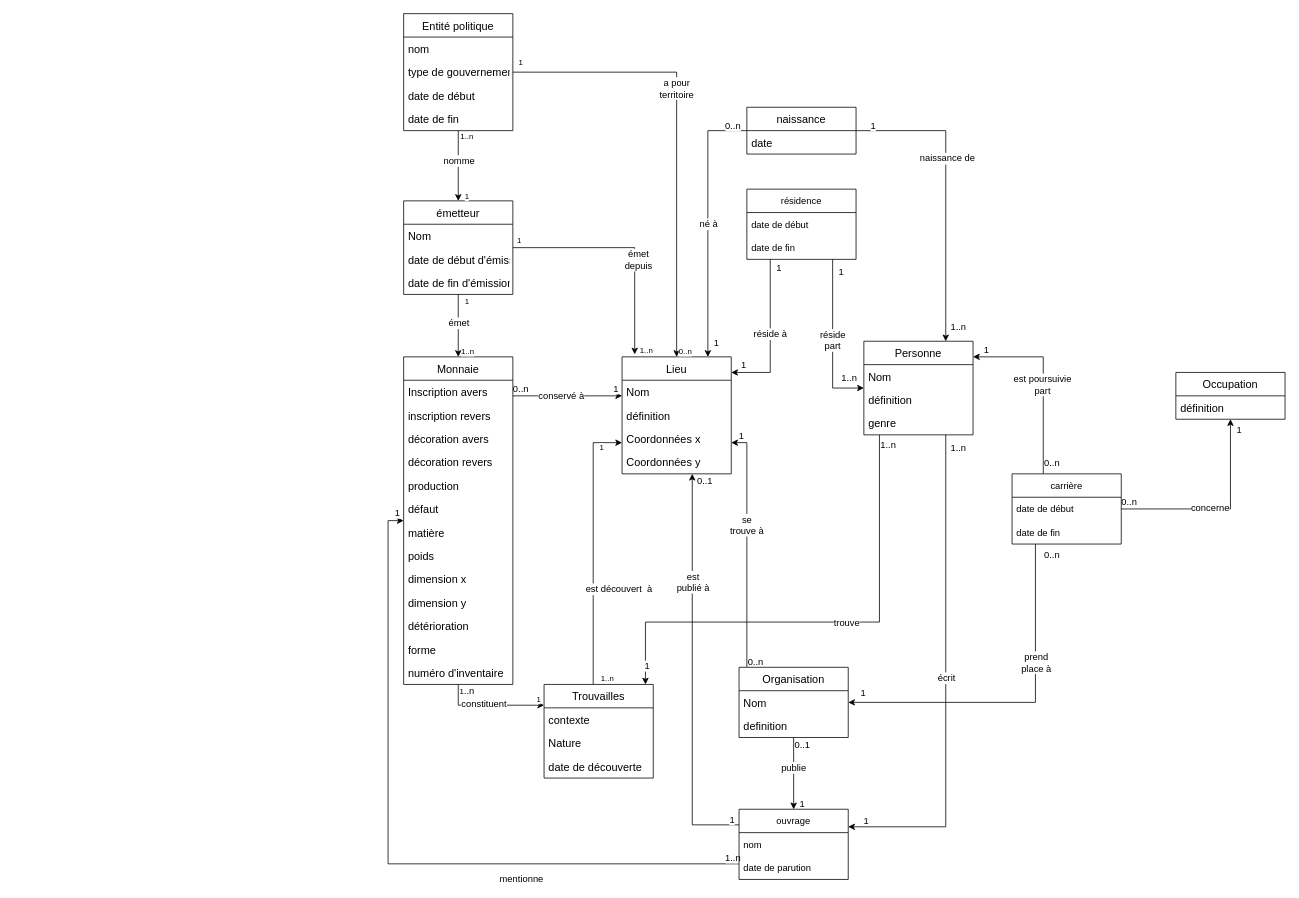
Before: Diagramme_conceptuel_monnaie.drawio in Ardwark/UNINE_Humanite_Numerique, a draw.io diagram. Source tidied: cells renumbered, new cells numbered last; positions are measured from the earlier drawing's top-left corner, leaving out a move shared by most shapes. Both pictures are drawn from the tidied source at 78%, with x=0, y=0 at pixel (388, 13).
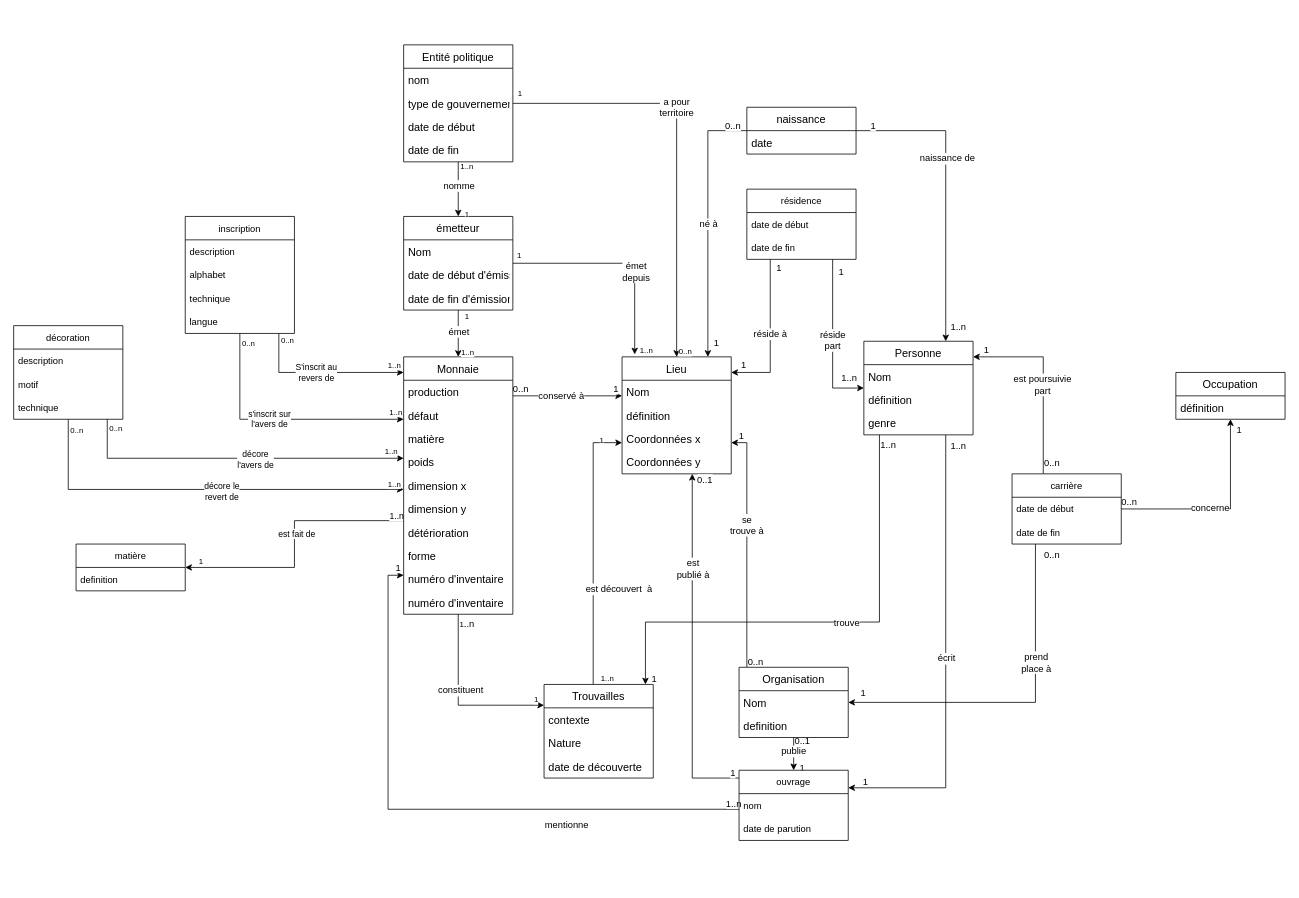
After the change.

Commit message:
Mettre à jour Diagramme_conceptuel_monnaie.drawio

The change refers to these unchanged cells:
```xml
<mxCell id="2" style="edgeStyle=orthogonalEdgeStyle;rounded=0;jettySize=auto;html=1;fontSize=10;" parent="1" edge="1" source="6" target="10">
  <mxGeometry relative="1" as="geometry">
    <Array as="points">
      <mxPoint x="263" y="550" />
    </Array>
  </mxGeometry>
</mxCell>
<mxCell id="10" value="Lieu" style="swimlane;fontStyle=0;horizontal=1;startSize=30;fontSize=14;" parent="1" vertex="1">
  <mxGeometry x="300" y="440" width="140" height="150" as="geometry" />
</mxCell>
<mxCell id="15" style="edgeStyle=orthogonalEdgeStyle;rounded=0;jettySize=auto;html=1;fontSize=10;" parent="1" edge="1" source="23" target="6">
  <mxGeometry relative="1" as="geometry">
    <Array as="points">
      <mxPoint x="630" y="780" />
      <mxPoint x="330" y="780" />
    </Array>
  </mxGeometry>
</mxCell>
<mxCell id="29" style="edgeStyle=orthogonalEdgeStyle;rounded=0;jettySize=auto;html=1;fontSize=12;exitX=0.5;exitY=1;exitDx=0;exitDy=0;entryX=0;entryY=0.222;entryDx=0;entryDy=0;entryPerimeter=0;" parent="1" edge="1" source="37" target="6">
  <mxGeometry relative="1" as="geometry">
    <Array as="points">
      <mxPoint x="90" y="887" />
    </Array>
  </mxGeometry>
</mxCell>
```

The edit, as a diff of the source:
```diff
@@
-    <mxCell id="3" value="1" style="edgeLabel;html=1;align=center;verticalAlign=middle;fontSize=10;" parent="2" vertex="1">
+    <mxCell id="3" value="1" style="edgeLabel;html=1;align=center;verticalAlign=bottom;fontSize=10;" parent="2" vertex="1">
       <mxGeometry x="0.72" y="-2" relative="1" as="geometry">
         <mxPoint x="8" y="-7" as="offset" />
       </mxGeometry>
     </mxCell>
@@
     <mxCell id="18" value="1" style="edgeLabel;html=1;align=center;verticalAlign=bottom;fontSize=12;" parent="15" vertex="1">
-      <mxGeometry x="0.95" y="1" relative="1" as="geometry" />
+      <mxGeometry x="0.95" y="1" relative="1" as="geometry">
+        <mxPoint x="9" y="16" as="offset" />
+      </mxGeometry>
     </mxCell>
@@
     <mxCell id="30" value="constituent" style="edgeLabel;html=1;align=center;verticalAlign=middle;fontSize=12;" parent="29" vertex="1">
-      <mxGeometry x="-0.13" y="2" relative="1" as="geometry" />
+      <mxGeometry x="-0.13" y="2" relative="1" as="geometry">
+        <mxPoint y="-2" as="offset" />
+      </mxGeometry>
     </mxCell>
@@
+    <mxCell id="134" style="edgeStyle=orthogonalEdgeStyle;rounded=0;jettySize=auto;html=1;" parent="1" edge="1" source="37" target="164">
+      <mxGeometry relative="1" as="geometry">
+        <Array as="points">
+          <mxPoint x="-120" y="650" />
+          <mxPoint x="-120" y="710" />
+        </Array>
+      </mxGeometry>
+    </mxCell>
+    <mxCell id="135" value="est fait de" style="edgeLabel;html=1;align=center;verticalAlign=middle;" parent="134" vertex="1">
+      <mxGeometry x="-0.08" y="2" relative="1" as="geometry" />
+    </mxCell>
+    <mxCell id="136" value="1..n" style="edgeLabel;html=1;align=center;verticalAlign=bottom;" parent="134" vertex="1">
+      <mxGeometry x="-0.94" y="2" relative="1" as="geometry" />
+    </mxCell>
+    <mxCell id="137" value="1" style="edgeLabel;html=1;align=center;verticalAlign=bottom;fontSize=10;" parent="134" vertex="1">
+      <mxGeometry x="0.89" relative="1" as="geometry" />
+    </mxCell>
     <mxCell id="37" value="Monnaie" style="swimlane;fontStyle=0;horizontal=1;startSize=30;fontSize=14;" parent="1" vertex="1">
-      <mxGeometry x="20" y="440" width="140" height="420" as="geometry" />
+      <mxGeometry x="20" y="440" width="140" height="330" as="geometry" />
     </mxCell>
-    <mxCell id="38" value="Inscription avers" style="text;strokeColor=none;fillColor=none;align=left;verticalAlign=middle;spacingLeft=4;spacingRight=4;overflow=hidden;fontSize=14;" parent="37" vertex="1">
-      <mxGeometry y="30" width="140" height="30" as="geometry" />
-    </mxCell>
-    <mxCell id="39" value="inscription revers" style="text;strokeColor=none;fillColor=none;align=left;verticalAlign=middle;spacingLeft=4;spacingRight=4;overflow=hidden;fontSize=14;" parent="37" vertex="1">
-      <mxGeometry y="60" width="140" height="30" as="geometry" />
-    </mxCell>
-    <mxCell id="40" value="décoration avers" style="text;strokeColor=none;fillColor=none;align=left;verticalAlign=middle;spacingLeft=4;spacingRight=4;overflow=hidden;fontSize=14;" parent="37" vertex="1">
-      <mxGeometry y="90" width="140" height="30" as="geometry" />
-    </mxCell>
-    <mxCell id="41" value="décoration revers" style="text;strokeColor=none;fillColor=none;align=left;verticalAlign=middle;spacingLeft=4;spacingRight=4;overflow=hidden;fontSize=14;" parent="37" vertex="1">
-      <mxGeometry y="120" width="140" height="30" as="geometry" />
-    </mxCell>
     <mxCell id="42" value="production" style="text;strokeColor=none;fillColor=none;align=left;verticalAlign=middle;spacingLeft=4;spacingRight=4;overflow=hidden;fontSize=14;" parent="37" vertex="1">
-      <mxGeometry y="150" width="140" height="30" as="geometry" />
+      <mxGeometry y="30" width="140" height="30" as="geometry" />
     </mxCell>
     <mxCell id="43" value="défaut" style="text;strokeColor=none;fillColor=none;align=left;verticalAlign=middle;spacingLeft=4;spacingRight=4;overflow=hidden;fontSize=14;" parent="37" vertex="1">
-      <mxGeometry y="180" width="140" height="30" as="geometry" />
+      <mxGeometry y="60" width="140" height="30" as="geometry" />
     </mxCell>
     <mxCell id="44" value="matière" style="text;strokeColor=none;fillColor=none;align=left;verticalAlign=middle;spacingLeft=4;spacingRight=4;overflow=hidden;fontSize=14;" parent="37" vertex="1">
-      <mxGeometry y="210" width="140" height="30" as="geometry" />
+      <mxGeometry y="90" width="140" height="30" as="geometry" />
     </mxCell>
     <mxCell id="45" value="poids" style="text;strokeColor=none;fillColor=none;align=left;verticalAlign=middle;spacingLeft=4;spacingRight=4;overflow=hidden;fontSize=14;" parent="37" vertex="1">
-      <mxGeometry y="240" width="140" height="30" as="geometry" />
+      <mxGeometry y="120" width="140" height="30" as="geometry" />
     </mxCell>
     <mxCell id="46" value="dimension x" style="text;strokeColor=none;fillColor=none;align=left;verticalAlign=middle;spacingLeft=4;spacingRight=4;overflow=hidden;fontSize=14;" parent="37" vertex="1">
-      <mxGeometry y="270" width="140" height="30" as="geometry" />
+      <mxGeometry y="150" width="140" height="30" as="geometry" />
     </mxCell>
     <mxCell id="47" value="dimension y" style="text;strokeColor=none;fillColor=none;align=left;verticalAlign=middle;spacingLeft=4;spacingRight=4;overflow=hidden;fontSize=14;" parent="37" vertex="1">
-      <mxGeometry y="300" width="140" height="30" as="geometry" />
+      <mxGeometry y="180" width="140" height="30" as="geometry" />
     </mxCell>
     <mxCell id="48" value="détérioration" style="text;strokeColor=none;fillColor=none;align=left;verticalAlign=middle;spacingLeft=4;spacingRight=4;overflow=hidden;fontSize=14;" parent="37" vertex="1">
-      <mxGeometry y="330" width="140" height="30" as="geometry" />
+      <mxGeometry y="210" width="140" height="30" as="geometry" />
     </mxCell>
     <mxCell id="49" value="forme" style="text;strokeColor=none;fillColor=none;align=left;verticalAlign=middle;spacingLeft=4;spacingRight=4;overflow=hidden;fontSize=14;" parent="37" vertex="1">
-      <mxGeometry y="360" width="140" height="30" as="geometry" />
+      <mxGeometry y="240" width="140" height="30" as="geometry" />
     </mxCell>
+    <mxCell id="138" value="numéro d'inventaire" style="text;strokeColor=none;fillColor=none;align=left;verticalAlign=middle;spacingLeft=4;spacingRight=4;overflow=hidden;fontSize=14;" parent="37" vertex="1">
+      <mxGeometry y="270" width="140" height="30" as="geometry" />
+    </mxCell>
     <mxCell id="50" value="numéro d'inventaire" style="text;strokeColor=none;fillColor=none;align=left;verticalAlign=middle;spacingLeft=4;spacingRight=4;overflow=hidden;fontSize=14;" parent="37" vertex="1">
-      <mxGeometry y="390" width="140" height="30" as="geometry" />
+      <mxGeometry y="300" width="140" height="30" as="geometry" />
     </mxCell>
@@
     <mxCell id="59" value="émetteur" style="swimlane;fontStyle=0;horizontal=1;startSize=30;fontSize=14;html=0;" parent="1" vertex="1">
-      <mxGeometry x="20" y="240" width="140" height="120" as="geometry" />
+      <mxGeometry x="20" y="260" width="140" height="120" as="geometry" />
     </mxCell>
@@
     <mxCell id="71" value="Entité politique" style="swimlane;fontStyle=0;horizontal=1;startSize=30;fontSize=14;html=0;" parent="1" vertex="1">
-      <mxGeometry x="20" width="140" height="150" as="geometry" />
+      <mxGeometry x="20" y="40" width="140" height="150" as="geometry" />
     </mxCell>
@@
-    <mxCell id="97" style="edgeStyle=orthogonalEdgeStyle;rounded=0;jettySize=auto;html=1;fontSize=12;entryX=0;entryY=0.5;entryDx=0;entryDy=0;" parent="1" edge="1" source="105" target="37">
+    <mxCell id="97" style="edgeStyle=orthogonalEdgeStyle;rounded=0;jettySize=auto;html=1;fontSize=12;" parent="1" edge="1" source="105">
       <mxGeometry relative="1" as="geometry">
+        <mxPoint x="20" y="720" as="targetPoint" />
         <Array as="points">
-          <mxPoint y="1090" />
-          <mxPoint y="650" />
+          <mxPoint y="1020" />
+          <mxPoint y="720" />
         </Array>
       </mxGeometry>
     </mxCell>
@@
     <mxCell id="101" style="edgeStyle=orthogonalEdgeStyle;rounded=0;jettySize=auto;html=1;fontSize=12;" parent="1" edge="1" source="105" target="10">
       <mxGeometry relative="1" as="geometry">
         <Array as="points">
-          <mxPoint x="390" y="1040" />
+          <mxPoint x="390" y="980" />
         </Array>
       </mxGeometry>
     </mxCell>
@@
     <mxCell id="105" value="ouvrage" style="swimlane;fontStyle=0;horizontal=1;startSize=30;labelBackgroundColor=default;fontSize=12;html=0;" parent="1" vertex="1">
-      <mxGeometry x="450" y="1020" width="140" height="90" as="geometry" />
+      <mxGeometry x="450" y="970" width="140" height="90" as="geometry" />
     </mxCell>
@@
+    <mxCell id="139" style="edgeStyle=orthogonalEdgeStyle;rounded=0;jettySize=auto;html=1;" parent="1" edge="1" source="147" target="37">
+      <mxGeometry relative="1" as="geometry">
+        <Array as="points">
+          <mxPoint x="-360" y="570" />
+        </Array>
+      </mxGeometry>
+    </mxCell>
+    <mxCell id="140" value="&lt;div&gt;décore &lt;br&gt;&lt;/div&gt;&lt;div&gt;l'avers de&lt;br&gt;&lt;/div&gt;" style="edgeLabel;html=1;align=center;verticalAlign=middle;" parent="139" vertex="1">
+      <mxGeometry x="0.11" y="-1" relative="1" as="geometry" />
+    </mxCell>
+    <mxCell id="141" value="0..n" style="edgeLabel;html=1;align=center;verticalAlign=middle;fontSize=10;" parent="139" vertex="1">
+      <mxGeometry x="-0.95" y="-1" relative="1" as="geometry">
+        <mxPoint x="11" as="offset" />
+      </mxGeometry>
+    </mxCell>
+    <mxCell id="142" value="1..n" style="edgeLabel;html=1;align=center;verticalAlign=bottom;fontSize=10;" parent="139" vertex="1">
+      <mxGeometry x="0.92" y="1" relative="1" as="geometry" />
+    </mxCell>
+    <mxCell id="143" style="edgeStyle=orthogonalEdgeStyle;rounded=0;jettySize=auto;html=1;" parent="1" edge="1" source="147" target="37">
+      <mxGeometry relative="1" as="geometry">
+        <Array as="points">
+          <mxPoint x="-410" y="610" />
+        </Array>
+      </mxGeometry>
+    </mxCell>
+    <mxCell id="144" value="&lt;div&gt;décore le&lt;/div&gt;&lt;div&gt;revert de&lt;br&gt;&lt;/div&gt;" style="edgeLabel;html=1;align=center;verticalAlign=middle;" parent="143" vertex="1">
+      <mxGeometry x="0.1" y="-2" relative="1" as="geometry" />
+    </mxCell>
+    <mxCell id="145" value="0..n" style="edgeLabel;html=1;align=center;verticalAlign=middle;fontSize=10;" parent="143" vertex="1">
+      <mxGeometry x="-0.95" y="-2" relative="1" as="geometry">
+        <mxPoint x="12" as="offset" />
+      </mxGeometry>
+    </mxCell>
+    <mxCell id="146" value="1..n" style="edgeLabel;html=1;align=center;verticalAlign=bottom;fontSize=10;" parent="143" vertex="1">
+      <mxGeometry x="0.95" y="-1" relative="1" as="geometry" />
+    </mxCell>
+    <mxCell id="147" value="décoration" style="swimlane;fontStyle=0;horizontal=1;startSize=30;" parent="1" vertex="1">
+      <mxGeometry x="-480" y="400" width="140" height="120" as="geometry" />
+    </mxCell>
+    <mxCell id="148" value="description" style="text;strokeColor=none;fillColor=none;align=left;verticalAlign=middle;spacingLeft=4;spacingRight=4;overflow=hidden;" parent="147" vertex="1">
+      <mxGeometry y="30" width="140" height="30" as="geometry" />
+    </mxCell>
+    <mxCell id="149" value="motif" style="text;strokeColor=none;fillColor=none;align=left;verticalAlign=middle;spacingLeft=4;spacingRight=4;overflow=hidden;" parent="147" vertex="1">
+      <mxGeometry y="60" width="140" height="30" as="geometry" />
+    </mxCell>
+    <mxCell id="150" value="technique" style="text;strokeColor=none;fillColor=none;align=left;verticalAlign=middle;spacingLeft=4;spacingRight=4;overflow=hidden;" parent="147" vertex="1">
+      <mxGeometry y="90" width="140" height="30" as="geometry" />
+    </mxCell>
+    <mxCell id="151" style="edgeStyle=orthogonalEdgeStyle;rounded=0;jettySize=auto;html=1;" parent="1" edge="1" source="159" target="37">
+      <mxGeometry relative="1" as="geometry">
+        <Array as="points">
+          <mxPoint x="-40" y="520" />
+          <mxPoint x="-40" y="520" />
+        </Array>
+      </mxGeometry>
+    </mxCell>
+    <mxCell id="152" value="&lt;div&gt;s'inscrit sur &lt;br&gt;&lt;/div&gt;&lt;div&gt;l'avers de&lt;br&gt;&lt;/div&gt;" style="edgeLabel;html=1;align=center;verticalAlign=middle;" parent="151" vertex="1">
+      <mxGeometry x="-0.08" y="1" relative="1" as="geometry" />
+    </mxCell>
+    <mxCell id="153" value="0..n" style="edgeLabel;html=1;align=center;verticalAlign=middle;fontSize=10;" parent="151" vertex="1">
+      <mxGeometry x="-0.93" relative="1" as="geometry">
+        <mxPoint x="10" as="offset" />
+      </mxGeometry>
+    </mxCell>
+    <mxCell id="154" value="1..n" style="edgeLabel;html=1;align=center;verticalAlign=middle;fontSize=10;" parent="151" vertex="1">
+      <mxGeometry x="0.93" y="1" relative="1" as="geometry">
+        <mxPoint y="-9" as="offset" />
+      </mxGeometry>
+    </mxCell>
+    <mxCell id="155" style="edgeStyle=orthogonalEdgeStyle;rounded=0;jettySize=auto;html=1;" parent="1" edge="1" source="159" target="37">
+      <mxGeometry relative="1" as="geometry">
+        <Array as="points">
+          <mxPoint x="-140" y="460" />
+        </Array>
+      </mxGeometry>
+    </mxCell>
+    <mxCell id="156" value="&lt;div&gt;S'inscrit au &lt;br&gt;&lt;/div&gt;&lt;div&gt;revers de&lt;br&gt;&lt;/div&gt;" style="edgeLabel;html=1;align=center;verticalAlign=middle;" parent="155" vertex="1">
+      <mxGeometry x="0.11" y="1" relative="1" as="geometry">
+        <mxPoint x="-20" y="1" as="offset" />
+      </mxGeometry>
+    </mxCell>
+    <mxCell id="157" value="0..n" style="edgeLabel;html=1;align=center;verticalAlign=middle;fontSize=10;" parent="155" vertex="1">
+      <mxGeometry x="-0.92" relative="1" as="geometry">
+        <mxPoint x="10" as="offset" />
+      </mxGeometry>
+    </mxCell>
+    <mxCell id="158" value="1..n" style="edgeLabel;html=1;align=center;verticalAlign=middle;fontSize=10;" parent="155" vertex="1">
+      <mxGeometry x="0.88" y="-1" relative="1" as="geometry">
+        <mxPoint y="-11" as="offset" />
+      </mxGeometry>
+    </mxCell>
+    <mxCell id="159" value="inscription" style="swimlane;fontStyle=0;horizontal=1;startSize=30;" parent="1" vertex="1">
+      <mxGeometry x="-260" y="260" width="140" height="150" as="geometry" />
+    </mxCell>
+    <mxCell id="160" value="description" style="text;strokeColor=none;fillColor=none;align=left;verticalAlign=middle;spacingLeft=4;spacingRight=4;overflow=hidden;" parent="159" vertex="1">
+      <mxGeometry y="30" width="140" height="30" as="geometry" />
+    </mxCell>
+    <mxCell id="161" value="alphabet" style="text;strokeColor=none;fillColor=none;align=left;verticalAlign=middle;spacingLeft=4;spacingRight=4;overflow=hidden;" parent="159" vertex="1">
+      <mxGeometry y="60" width="140" height="30" as="geometry" />
+    </mxCell>
+    <mxCell id="162" value="technique" style="text;strokeColor=none;fillColor=none;align=left;verticalAlign=middle;spacingLeft=4;spacingRight=4;overflow=hidden;" parent="159" vertex="1">
+      <mxGeometry y="90" width="140" height="30" as="geometry" />
+    </mxCell>
+    <mxCell id="163" value="langue" style="text;strokeColor=none;fillColor=none;align=left;verticalAlign=middle;spacingLeft=4;spacingRight=4;overflow=hidden;" parent="159" vertex="1">
+      <mxGeometry y="120" width="140" height="30" as="geometry" />
+    </mxCell>
+    <mxCell id="164" value="matière" style="swimlane;fontStyle=0;horizontal=1;startSize=30;" parent="1" vertex="1">
+      <mxGeometry x="-400" y="680" width="140" height="60" as="geometry" />
+    </mxCell>
+    <mxCell id="165" value="definition" style="text;strokeColor=none;fillColor=none;align=left;verticalAlign=middle;spacingLeft=4;spacingRight=4;overflow=hidden;" parent="164" vertex="1">
+      <mxGeometry y="30" width="140" height="30" as="geometry" />
+    </mxCell>
```
